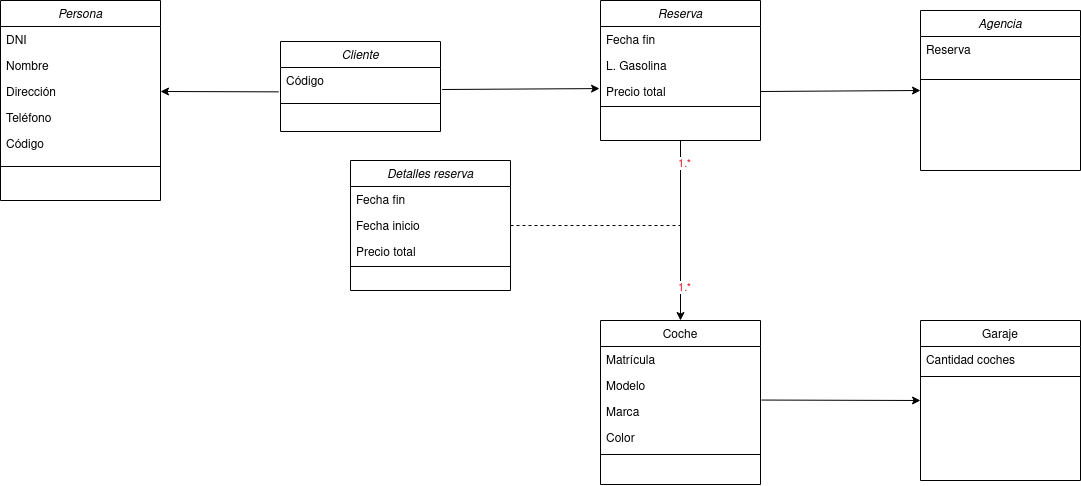
The draw.io diagram Tareas/AlquierCoches.drawio.png in colidom/ets, before a commit. Source tidied: cells renumbered, new cells last; positions are measured from the earlier drawing's top-left corner, leaving out a move shared by most shapes.
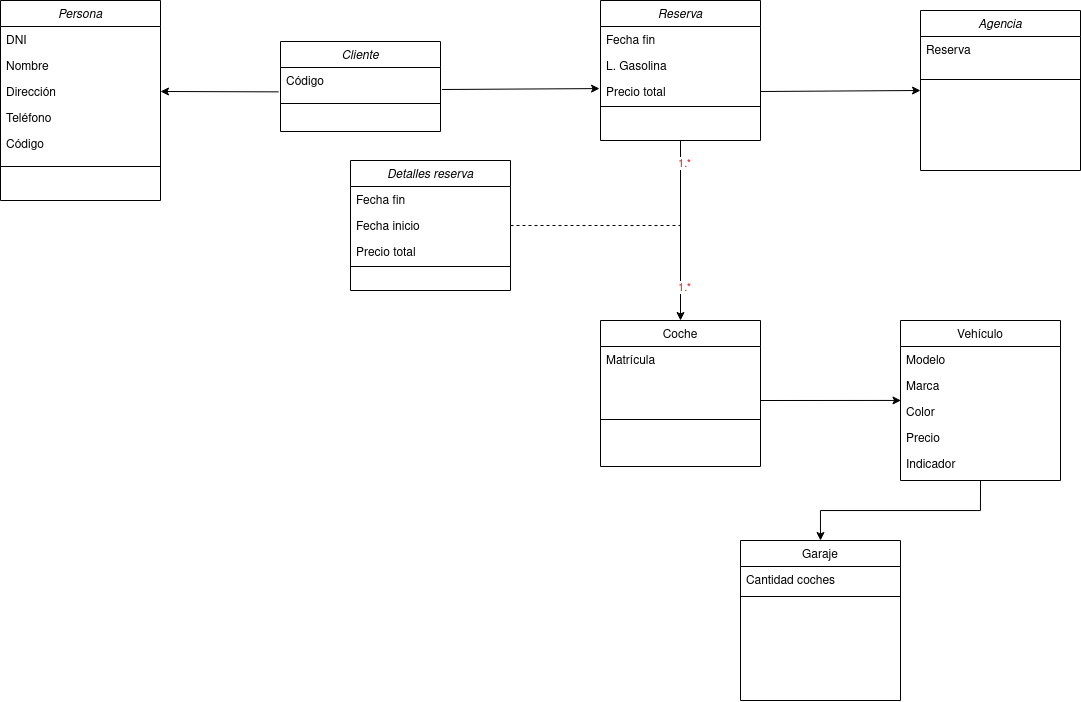
After the change.

The edit, as a diff of the source:
```diff
@@ -24,22 +24,13 @@
       <mxGeometry y="156" width="160" height="20" as="geometry" />
     </mxCell>
     <mxCell id="9" value="Coche" style="swimlane;fontStyle=0;align=center;verticalAlign=top;horizontal=1;startSize=26;rounded=0;shadow=0;strokeWidth=1;" parent="1" vertex="1">
-      <mxGeometry x="600" y="320" width="160" height="164" as="geometry" />
+      <mxGeometry x="600" y="320" width="160" height="146" as="geometry" />
     </mxCell>
     <mxCell id="10" value="Matrícula" style="text;align=left;verticalAlign=top;spacingLeft=4;spacingRight=4;overflow=hidden;" parent="9" vertex="1">
       <mxGeometry y="26" width="160" height="26" as="geometry" />
     </mxCell>
-    <mxCell id="11" value="Modelo    " style="text;align=left;verticalAlign=top;spacingLeft=4;spacingRight=4;overflow=hidden;rounded=0;shadow=0;html=0;" parent="9" vertex="1">
-      <mxGeometry y="52" width="160" height="26" as="geometry" />
-    </mxCell>
-    <mxCell id="12" value="Marca" style="text;align=left;verticalAlign=top;spacingLeft=4;spacingRight=4;overflow=hidden;points=[[0,0.5],[1,0.5]];portConstraint=eastwest;rounded=0;shadow=0;html=0;" parent="9" vertex="1">
-      <mxGeometry y="78" width="160" height="26" as="geometry" />
-    </mxCell>
-    <mxCell id="13" value="Color" style="text;align=left;verticalAlign=top;spacingLeft=4;spacingRight=4;overflow=hidden;rounded=0;shadow=0;html=0;" parent="9" vertex="1">
-      <mxGeometry y="104" width="160" height="26" as="geometry" />
-    </mxCell>
     <mxCell id="14" style="line;html=1;strokeWidth=1;align=left;verticalAlign=middle;spacingTop=-1;spacingLeft=3;spacingRight=3;labelPosition=right;" parent="9" vertex="1">
-      <mxGeometry y="130" width="160" height="8" as="geometry" />
+      <mxGeometry y="52" width="160" height="94" as="geometry" />
     </mxCell>
     <mxCell id="15" style="edgeStyle=orthogonalEdgeStyle;rounded=0;jettySize=auto;html=1;entryX=0.5;entryY=0;entryDx=0;entryDy=0;exitX=0.5;exitY=1;exitDx=0;exitDy=0;" parent="1" edge="1" source="24" target="9">
       <mxGeometry relative="1" as="geometry" />
@@ -60,7 +51,7 @@
       <mxGeometry y="52" width="160" height="34" as="geometry" />
     </mxCell>
     <mxCell id="21" value="Garaje" style="swimlane;fontStyle=0;align=center;verticalAlign=top;horizontal=1;startSize=26;rounded=0;shadow=0;strokeWidth=1;" parent="1" vertex="1">
-      <mxGeometry x="920" y="320" width="160" height="160" as="geometry" />
+      <mxGeometry x="740" y="540" width="160" height="160" as="geometry" />
     </mxCell>
     <mxCell id="22" value="Cantidad coches" style="text;align=left;verticalAlign=top;spacingLeft=4;spacingRight=4;overflow=hidden;rounded=0;shadow=0;html=0;" parent="21" vertex="1">
       <mxGeometry y="26" width="160" height="26" as="geometry" />
@@ -100,7 +91,7 @@
         <mxPoint x="599" y="88.1" as="targetPoint" />
       </mxGeometry>
     </mxCell>
-    <mxCell id="34" style="endArrow=classic;html=1;rounded=0;entryX=0;entryY=0.5;entryDx=0;entryDy=0;exitX=1.006;exitY=0.06;exitDx=0;exitDy=0;exitPerimeter=0;" parent="1" edge="1" source="12" target="21">
+    <mxCell id="34" style="endArrow=classic;html=1;rounded=0;exitX=0.5;exitY=1;exitDx=0;exitDy=0;entryX=0.5;entryY=0;entryDx=0;entryDy=0;edgeStyle=orthogonalEdgeStyle;" parent="1" edge="1" source="42" target="21">
       <mxGeometry relative="1" as="geometry" />
     </mxCell>
     <mxCell id="35" style="endArrow=classic;html=1;rounded=0;exitX=1;exitY=0.5;exitDx=0;exitDy=0;entryX=0;entryY=0.5;entryDx=0;entryDy=0;" parent="1" edge="1" target="18">
@@ -128,5 +119,28 @@
         <mxPoint x="680" y="225" as="targetPoint" />
       </mxGeometry>
     </mxCell>
+    <mxCell id="42" value="Vehículo" style="swimlane;fontStyle=0;align=center;verticalAlign=top;horizontal=1;startSize=26;rounded=0;shadow=0;strokeWidth=1;" parent="1" vertex="1">
+      <mxGeometry x="900" y="320" width="160" height="160" as="geometry" />
+    </mxCell>
+    <mxCell id="11" value="Modelo    " style="text;align=left;verticalAlign=top;spacingLeft=4;spacingRight=4;overflow=hidden;rounded=0;shadow=0;html=0;" parent="42" vertex="1">
+      <mxGeometry y="26" width="160" height="26" as="geometry" />
+    </mxCell>
+    <mxCell id="12" value="Marca" style="text;align=left;verticalAlign=top;spacingLeft=4;spacingRight=4;overflow=hidden;points=[[0,0.5],[1,0.5]];portConstraint=eastwest;rounded=0;shadow=0;html=0;" parent="42" vertex="1">
+      <mxGeometry y="52" width="160" height="26" as="geometry" />
+    </mxCell>
+    <mxCell id="13" value="Color" style="text;align=left;verticalAlign=top;spacingLeft=4;spacingRight=4;overflow=hidden;rounded=0;shadow=0;html=0;" parent="42" vertex="1">
+      <mxGeometry y="78" width="160" height="26" as="geometry" />
+    </mxCell>
+    <mxCell id="43" value="Precio" style="text;align=left;verticalAlign=top;spacingLeft=4;spacingRight=4;overflow=hidden;rounded=0;shadow=0;html=0;" parent="42" vertex="1">
+      <mxGeometry y="104" width="160" height="26" as="geometry" />
+    </mxCell>
+    <mxCell id="44" value="Indicador" style="text;align=left;verticalAlign=top;spacingLeft=4;spacingRight=4;overflow=hidden;rounded=0;shadow=0;html=0;" parent="42" vertex="1">
+      <mxGeometry y="130" width="160" height="26" as="geometry" />
+    </mxCell>
+    <mxCell id="45" style="endArrow=classic;html=1;rounded=0;entryX=0.003;entryY=1.075;entryDx=0;entryDy=0;entryPerimeter=0;" parent="1" edge="1" target="12">
+      <mxGeometry relative="1" as="geometry">
+        <mxPoint x="760" y="400" as="sourcePoint" />
+      </mxGeometry>
+    </mxCell>
   </root>
 </mxGraphModel>
```
